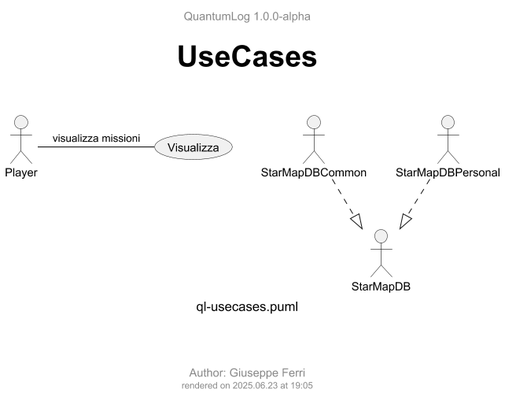
JoeFerri/QuantumLog keeps this PlantUML diagram as out/usecases/ql-usecases.png. Above is the earlier version.
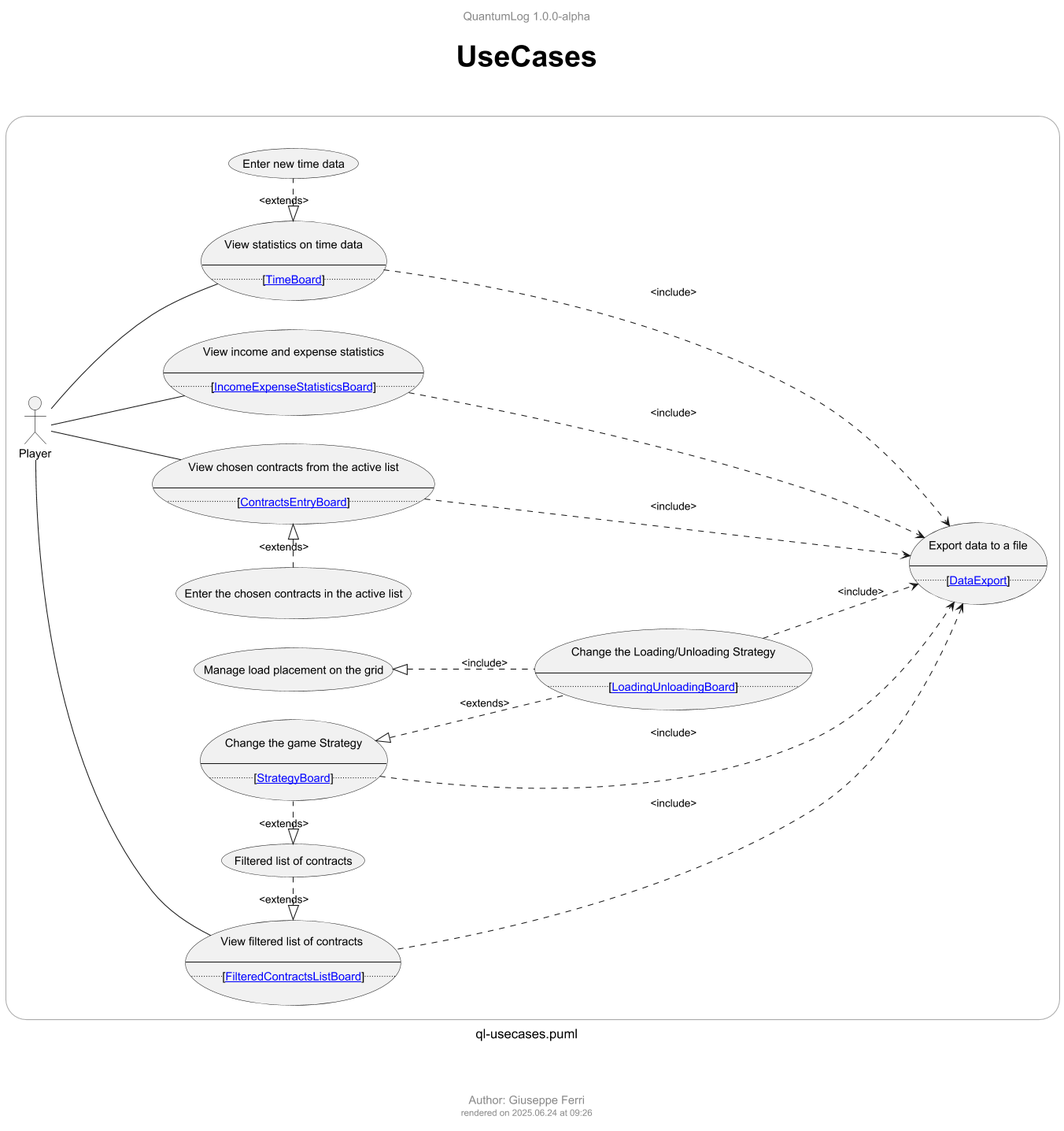
Later version of the same file.

Diff of the diagram source:
```diff
@@ -5,17 +5,94 @@
 !include ../templates/ql-template-main.iuml
 !include ../templates/styles/ql-style-lib.iuml
 
-actor :Player: as P
-actor :StarMapDB: as DB
-actor :StarMapDBCommon: as DBCommon
-actor :StarMapDBPersonal: as DBPersonal
+left to right direction
 
-usecase (Visualizza) as UC1
 
-P - UC1 : visualizza missioni
+rectangle r <<frame>> {
 
-DBCommon   ..|> DB
-DBPersonal ..|> DB
+  actor :Player: as P
+
+
+
+
+  usecase UCFilteredContractsListBoard as "View filtered list of contracts
+
+--
+..[[[../ql-components/ql-components_main.png {go to Components Main diagram} FilteredContractsListBoard]]].."
+  usecase (Filtered list of contracts) as UCFilteredContractsList
+  usecase UCLoadingUnloadingBoard as "Change the Loading/Unloading Strategy
+
+--
+..[[[../ql-components/ql-components_main.png {go to LoadingUnloadingBoard diagram} LoadingUnloadingBoard]]].."
+
+  usecase (Manage load placement on the grid) as UCCargoGrid
+
+  usecase UCChangeStrategy as "Change the game Strategy
+
+--
+..[[[../ql-components/ql-components_main_strategyboard.png {go to StrategyBoard diagram} StrategyBoard]]].."
+
+
+
+  usecase UCContractsEntryBoard as "View chosen contracts from the active list
+
+--
+..[[[../ql-components/ql-components_main.png {go to Components Main diagram} ContractsEntryBoard]]].."
+  usecase (Enter the chosen contracts in the active list) as UCContractsEntry
+
+
+
+  usecase UCIncomeExpenseStatisticsBoard as "View income and expense statistics
+
+--
+..[[[../ql-components/ql-components_main.png {go to Components Main diagram} IncomeExpenseStatisticsBoard]]].."
+
+
+
+  usecase UCTimeBoard as "View statistics on time data
+
+--
+..[[[../ql-components/ql-components_main_timeboard.png {go to TimeBoard diagram} TimeBoard]]].."
+
+  usecase (Enter new time data) as UCTime
+
+
+
+  usecase UCDataExport as "Export data to a file
+
+--
+..[[[../ql-components/ql-components_main.png {go to Components Main diagram} DataExport]]].."
+}
+
+
+P -d-- UCFilteredContractsListBoard
+UCFilteredContractsList .l.|> UCFilteredContractsListBoard : <extends>
+UCChangeStrategy .l.|> UCFilteredContractsList : <extends>
+UCLoadingUnloadingBoard .l.|> UCChangeStrategy : <extends>
+UCLoadingUnloadingBoard .u.|> UCCargoGrid : <include>
+UCFilteredContractsListBoard .l.> UCDataExport : <include>
+UCChangeStrategy ..> UCDataExport : <include>
+UCLoadingUnloadingBoard ..> UCDataExport : <include>
+
+P -d- UCContractsEntryBoard
+UCContractsEntry .l..|> UCContractsEntryBoard : <extends>
+UCContractsEntryBoard ..> UCDataExport : <include>
+
+P - UCIncomeExpenseStatisticsBoard
+UCIncomeExpenseStatisticsBoard ..> UCDataExport : <include>
+
+P -d- UCTimeBoard
+UCTime .l..|> UCTimeBoard : <extends>
+UCTimeBoard ..> UCDataExport : <include>
+
+
+
+
+
+UCLoadingUnloadingBoard -[hidden]-> UCChangeStrategy
+UCContractsEntry -[hidden]-> UCLoadingUnloadingBoard
+UCIncomeExpenseStatisticsBoard -[hidden]l-> UCContractsEntry
+UCTimeBoard -[hidden]l-> UCIncomeExpenseStatisticsBoard
 
 
 @enduml
```
